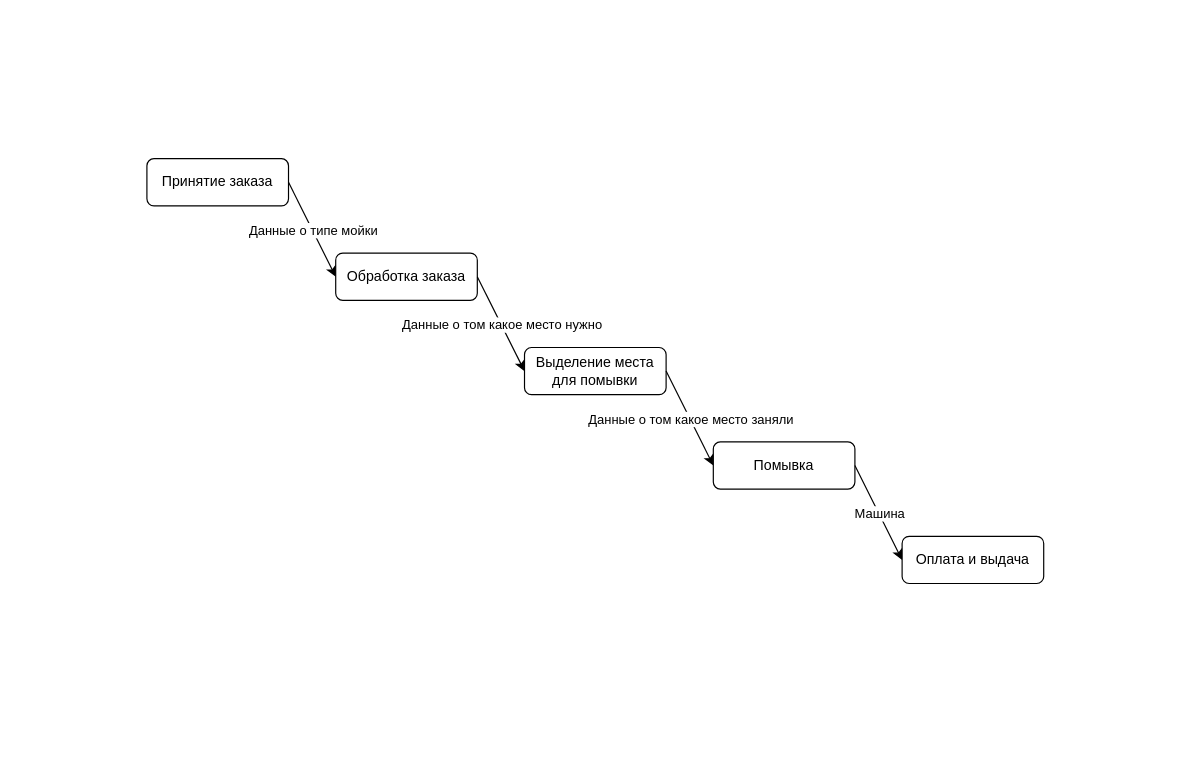
Above: Untitled Diagram.drawio in EvseevArtem26/CarWash (draw.io), before the change. Source tidied: cells renumbered, new cells numbered last; positions are measured from the earlier drawing's top-left corner, leaving out a move shared by most shapes. Both pictures are drawn from the tidied source at 118%, with x=0, y=0 at pixel (146, 158).
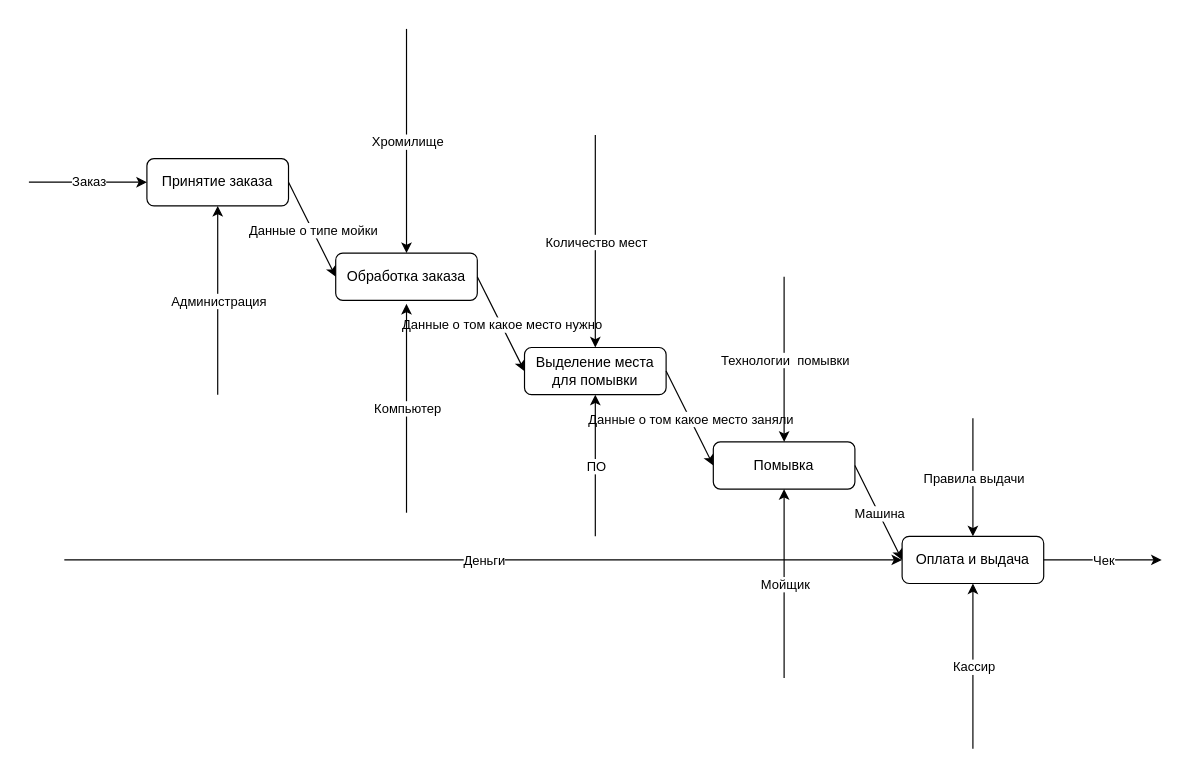
The same page after the edit.

Unchanged cells that the change refers to:
```xml
<mxCell id="2" value="Принятие заказа" style="rounded=1;whiteSpace=wrap;html=1;" parent="1" vertex="1">
  <mxGeometry width="120" height="40" as="geometry" />
</mxCell>
<mxCell id="3" value="Обработка заказа" style="rounded=1;whiteSpace=wrap;html=1;" parent="1" vertex="1">
  <mxGeometry x="160" y="80" width="120" height="40" as="geometry" />
</mxCell>
<mxCell id="4" value="Выделение места для помывки" style="rounded=1;whiteSpace=wrap;html=1;" parent="1" vertex="1">
  <mxGeometry x="320" y="160" width="120" height="40" as="geometry" />
</mxCell>
<mxCell id="5" value="Помывка" style="rounded=1;whiteSpace=wrap;html=1;" parent="1" vertex="1">
  <mxGeometry x="480" y="240" width="120" height="40" as="geometry" />
</mxCell>
<mxCell id="6" value="Оплата и выдача" style="rounded=1;whiteSpace=wrap;html=1;" parent="1" vertex="1">
  <mxGeometry x="640" y="320" width="120" height="40" as="geometry" />
</mxCell>
```

Diff of the diagram source:
```diff
@@
+    <mxCell id="15" style="endArrow=classic;html=1;entryX=0.5;entryY=1;entryDx=0;entryDy=0;" parent="1" edge="1" target="2">
+      <mxGeometry relative="1" as="geometry">
+        <mxPoint x="60" y="200" as="sourcePoint" />
+      </mxGeometry>
+    </mxCell>
+    <mxCell id="16" value="Администрация" style="edgeLabel;html=1;align=center;verticalAlign=middle;" parent="15" vertex="1">
+      <mxGeometry relative="1" as="geometry" />
+    </mxCell>
+    <mxCell id="17" style="endArrow=classic;html=1;" parent="1" edge="1">
+      <mxGeometry relative="1" as="geometry">
+        <mxPoint x="220" y="300" as="sourcePoint" />
+        <mxPoint x="220" y="123" as="targetPoint" />
+      </mxGeometry>
+    </mxCell>
+    <mxCell id="18" value="Компьютер" style="edgeLabel;html=1;align=center;verticalAlign=middle;" parent="17" vertex="1">
+      <mxGeometry relative="1" as="geometry" />
+    </mxCell>
+    <mxCell id="19" style="endArrow=classic;html=1;entryX=0.5;entryY=0;entryDx=0;entryDy=0;" parent="1" edge="1" target="3">
+      <mxGeometry relative="1" as="geometry">
+        <mxPoint x="220" y="-110" as="sourcePoint" />
+        <Array as="points">
+          <mxPoint x="220" y="-60" />
+        </Array>
+      </mxGeometry>
+    </mxCell>
+    <mxCell id="20" value="Хромилище" style="edgeLabel;html=1;align=center;verticalAlign=middle;" parent="19" vertex="1">
+      <mxGeometry relative="1" as="geometry" />
+    </mxCell>
+    <mxCell id="21" style="endArrow=classic;html=1;entryX=0.5;entryY=0;entryDx=0;entryDy=0;" parent="1" edge="1" target="4">
+      <mxGeometry relative="1" as="geometry">
+        <mxPoint x="380" y="-20" as="sourcePoint" />
+      </mxGeometry>
+    </mxCell>
+    <mxCell id="22" value="Количество мест" style="edgeLabel;html=1;align=center;verticalAlign=middle;" parent="21" vertex="1">
+      <mxGeometry relative="1" as="geometry" />
+    </mxCell>
+    <mxCell id="23" style="endArrow=classic;html=1;entryX=0.5;entryY=1;entryDx=0;entryDy=0;" parent="1" edge="1" target="4">
+      <mxGeometry relative="1" as="geometry">
+        <mxPoint x="380" y="320" as="sourcePoint" />
+      </mxGeometry>
+    </mxCell>
+    <mxCell id="24" value="ПО" style="edgeLabel;html=1;align=center;verticalAlign=middle;" parent="23" vertex="1">
+      <mxGeometry relative="1" as="geometry" />
+    </mxCell>
+    <mxCell id="25" style="endArrow=classic;html=1;entryX=0.5;entryY=0;entryDx=0;entryDy=0;" parent="1" edge="1" target="5">
+      <mxGeometry relative="1" as="geometry">
+        <mxPoint x="540" y="100" as="sourcePoint" />
+      </mxGeometry>
+    </mxCell>
+    <mxCell id="26" value="Технологии&amp;nbsp; помывки" style="edgeLabel;html=1;align=center;verticalAlign=middle;" parent="25" vertex="1">
+      <mxGeometry relative="1" as="geometry" />
+    </mxCell>
+    <mxCell id="27" style="endArrow=classic;html=1;entryX=0.5;entryY=1;entryDx=0;entryDy=0;" parent="1" edge="1" target="5">
+      <mxGeometry relative="1" as="geometry">
+        <mxPoint x="540" y="440" as="sourcePoint" />
+      </mxGeometry>
+    </mxCell>
+    <mxCell id="28" value="Мойщик" style="edgeLabel;html=1;align=center;verticalAlign=middle;" parent="27" vertex="1">
+      <mxGeometry relative="1" as="geometry" />
+    </mxCell>
+    <mxCell id="29" style="endArrow=classic;html=1;entryX=0.5;entryY=1;entryDx=0;entryDy=0;" parent="1" edge="1" target="6">
+      <mxGeometry relative="1" as="geometry">
+        <mxPoint x="700" y="500" as="sourcePoint" />
+      </mxGeometry>
+    </mxCell>
+    <mxCell id="30" value="Кассир" style="edgeLabel;html=1;align=center;verticalAlign=middle;" parent="29" vertex="1">
+      <mxGeometry relative="1" as="geometry" />
+    </mxCell>
+    <mxCell id="31" style="endArrow=classic;html=1;" parent="1" edge="1" target="6">
+      <mxGeometry relative="1" as="geometry">
+        <mxPoint x="700" y="220" as="sourcePoint" />
+      </mxGeometry>
+    </mxCell>
+    <mxCell id="32" value="Правила выдачи" style="edgeLabel;html=1;align=center;verticalAlign=middle;" parent="31" vertex="1">
+      <mxGeometry relative="1" as="geometry" />
+    </mxCell>
+    <mxCell id="33" style="endArrow=classic;html=1;entryX=0;entryY=0.5;entryDx=0;entryDy=0;" parent="1" edge="1" target="6">
+      <mxGeometry relative="1" as="geometry">
+        <mxPoint x="-70" y="340" as="sourcePoint" />
+      </mxGeometry>
+    </mxCell>
+    <mxCell id="34" value="Деньги" style="edgeLabel;html=1;align=center;verticalAlign=middle;" parent="33" vertex="1">
+      <mxGeometry relative="1" as="geometry" />
+    </mxCell>
+    <mxCell id="35" style="endArrow=classic;html=1;" parent="1" edge="1">
+      <mxGeometry relative="1" as="geometry">
+        <mxPoint x="-100" y="19.9" as="sourcePoint" />
+        <mxPoint y="19.9" as="targetPoint" />
+      </mxGeometry>
+    </mxCell>
+    <mxCell id="36" value="Заказ" style="edgeLabel;html=1;align=center;verticalAlign=middle;" parent="35" vertex="1">
+      <mxGeometry relative="1" as="geometry" />
+    </mxCell>
+    <mxCell id="37" style="endArrow=classic;html=1;" parent="1" edge="1">
+      <mxGeometry relative="1" as="geometry">
+        <mxPoint x="760" y="340" as="sourcePoint" />
+        <mxPoint x="860" y="340" as="targetPoint" />
+      </mxGeometry>
+    </mxCell>
+    <mxCell id="38" value="Чек" style="edgeLabel;html=1;align=center;verticalAlign=middle;" parent="37" vertex="1">
+      <mxGeometry relative="1" as="geometry" />
+    </mxCell>
```
